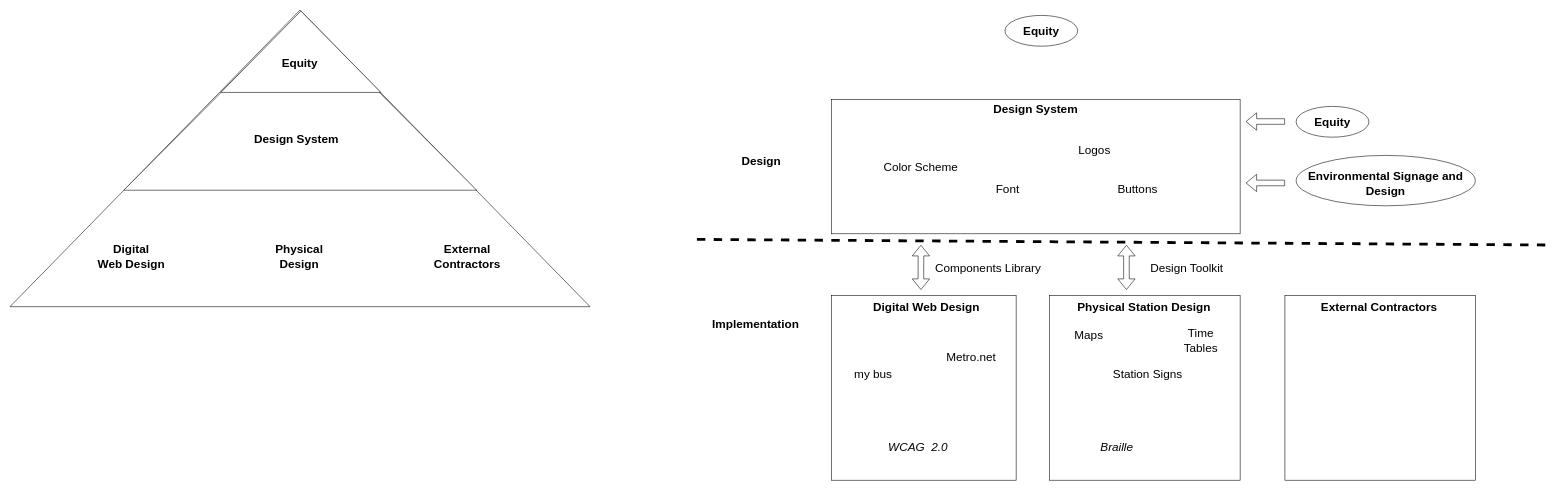
Above: admin/DSS.drawio in LACMTA/charts (draw.io), before the change. Source tidied: cells renumbered, new cells numbered last; positions are measured from the earlier drawing's top-left corner, leaving out a move shared by most shapes. Both pictures are drawn from the tidied source at 56%, with x=0, y=0 at pixel (86, -132).
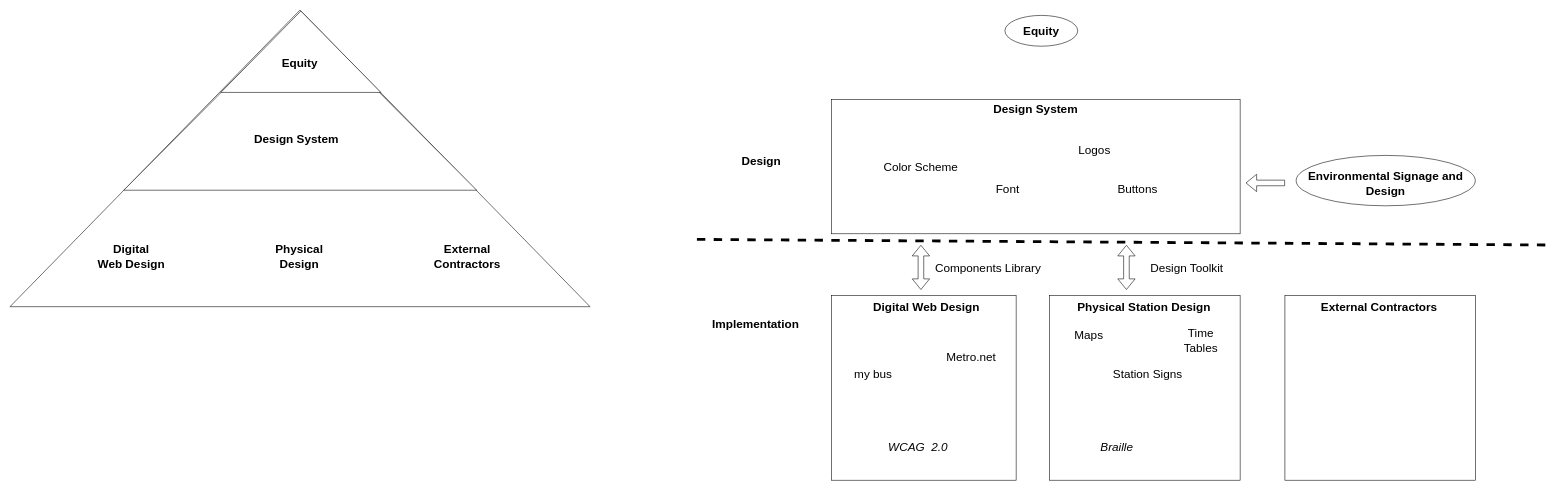
After the change.

The edit, as a diff of the source:
```diff
@@
-    <mxCell id="4" style="ellipse;whiteSpace=wrap;html=1;fontSize=21;" parent="1" vertex="1">
-      <mxGeometry x="2160" y="425.5" width="130" height="55" as="geometry" />
-    </mxCell>
@@
-    <mxCell id="12" value="Equity" style="text;html=1;strokeColor=none;fillColor=none;align=center;verticalAlign=middle;whiteSpace=wrap;rounded=0;fontStyle=1;fontSize=21;" parent="1" vertex="1">
-      <mxGeometry x="2185" y="433" width="80" height="40" as="geometry" />
-    </mxCell>
@@
-    <mxCell id="15" style="shape=flexArrow;endArrow=classic;html=1;fontSize=21;" parent="1" edge="1">
-      <mxGeometry relative="1" as="geometry">
-        <mxPoint x="2140" y="452.5" as="sourcePoint" />
-        <mxPoint x="2070" y="452.5" as="targetPoint" />
-      </mxGeometry>
-    </mxCell>
```
